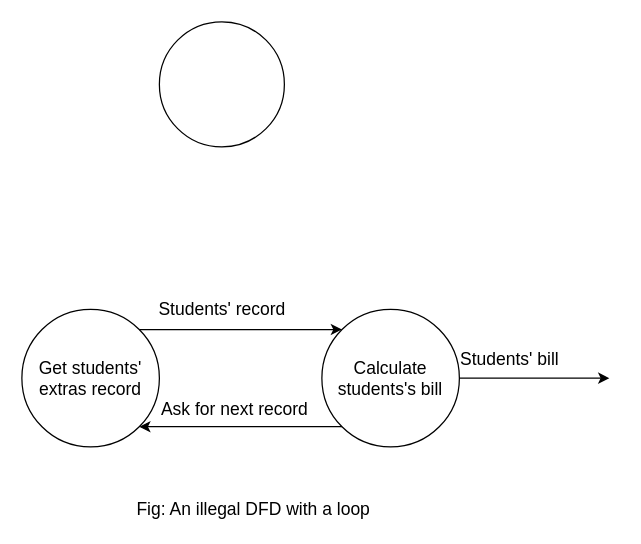
The draw.io diagram Illegal DFD Examples.drawio in sakibarifin/Diagrams, before the edit. Source tidied: cells renumbered, new cells numbered last; positions are measured from the earlier drawing's top-left corner, leaving out a move shared by most shapes. Both pictures are drawn from the tidied source at 125%, with x=0, y=0 at pixel (21, 21).
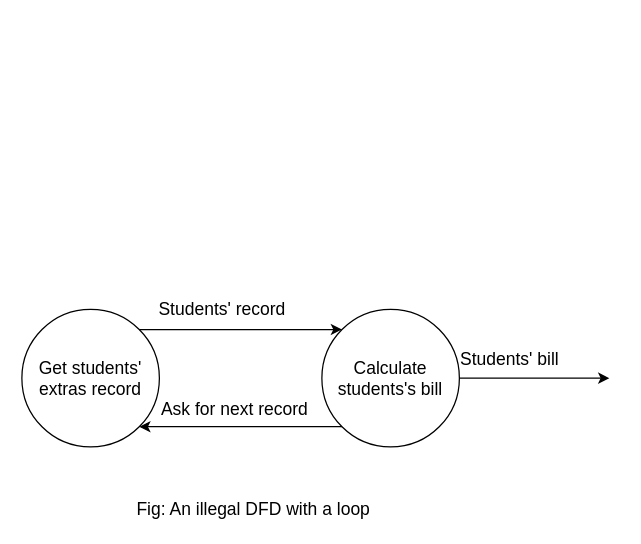
The same page after the edit.

Change to the diagram source:
```diff
@@
 <mxGraphModel>
   <root>
     <mxCell id="0" />
     <mxCell id="1" parent="0" />
-    <mxCell id="2" style="ellipse;whiteSpace=wrap;html=1;" parent="1" vertex="1">
-      <mxGeometry x="110" width="100" height="100" as="geometry" />
-    </mxCell>
     <mxCell id="3" value="&lt;font style=&quot;font-size: 14px;&quot;&gt;Get students' extras record&lt;/font&gt;" style="ellipse;whiteSpace=wrap;html=1;" parent="1" vertex="1">
       <mxGeometry y="230" width="110" height="110" as="geometry" />
     </mxCell>
     <mxCell id="4" value="&lt;font style=&quot;font-size: 14px;&quot;&gt;Calculate students's bill&lt;/font&gt;" style="ellipse;whiteSpace=wrap;html=1;" parent="1" vertex="1">
       <mxGeometry x="240" y="230" width="110" height="110" as="geometry" />
     </mxCell>
     <mxCell id="5" style="endArrow=classic;html=1;rounded=0;exitX=0;exitY=1;exitDx=0;exitDy=0;entryX=1;entryY=1;entryDx=0;entryDy=0;" parent="1" edge="1" source="4" target="3">
       <mxGeometry relative="1" as="geometry" />
     </mxCell>
     <mxCell id="6" style="endArrow=classic;html=1;rounded=0;entryX=0;entryY=0;entryDx=0;entryDy=0;exitX=1;exitY=0;exitDx=0;exitDy=0;" parent="1" edge="1" source="3" target="4">
       <mxGeometry relative="1" as="geometry" />
     </mxCell>
     <mxCell id="7" value="&lt;font style=&quot;font-size: 14px;&quot;&gt;Students' record&lt;/font&gt;" style="text;html=1;align=center;verticalAlign=middle;strokeColor=none;fillColor=none;" parent="1" vertex="1">
       <mxGeometry x="105" y="220" width="110" height="20" as="geometry" />
     </mxCell>
     <mxCell id="8" value="&lt;font style=&quot;font-size: 14px;&quot;&gt;Ask for next record&lt;/font&gt;" style="text;html=1;align=center;verticalAlign=middle;strokeColor=none;fillColor=none;" parent="1" vertex="1">
       <mxGeometry x="110" y="300" width="120" height="20" as="geometry" />
     </mxCell>
     <mxCell id="9" style="endArrow=classic;html=1;rounded=0;exitX=1;exitY=0.5;exitDx=0;exitDy=0;" parent="1" edge="1" source="4">
       <mxGeometry relative="1" as="geometry">
         <mxPoint x="470" y="285" as="targetPoint" />
       </mxGeometry>
     </mxCell>
     <mxCell id="10" value="&lt;font style=&quot;font-size: 14px;&quot;&gt;Students' bill&lt;/font&gt;" style="text;html=1;align=center;verticalAlign=middle;strokeColor=none;fillColor=none;" parent="1" vertex="1">
       <mxGeometry x="345" y="260" width="90" height="20" as="geometry" />
     </mxCell>
     <mxCell id="11" value="&lt;span style=&quot;font-size: 14px;&quot;&gt;Fig: An illegal DFD with a loop&lt;/span&gt;" style="text;html=1;align=center;verticalAlign=middle;strokeColor=none;fillColor=none;" parent="1" vertex="1">
       <mxGeometry x="90" y="380" width="190" height="20" as="geometry" />
     </mxCell>
   </root>
 </mxGraphModel>
```
